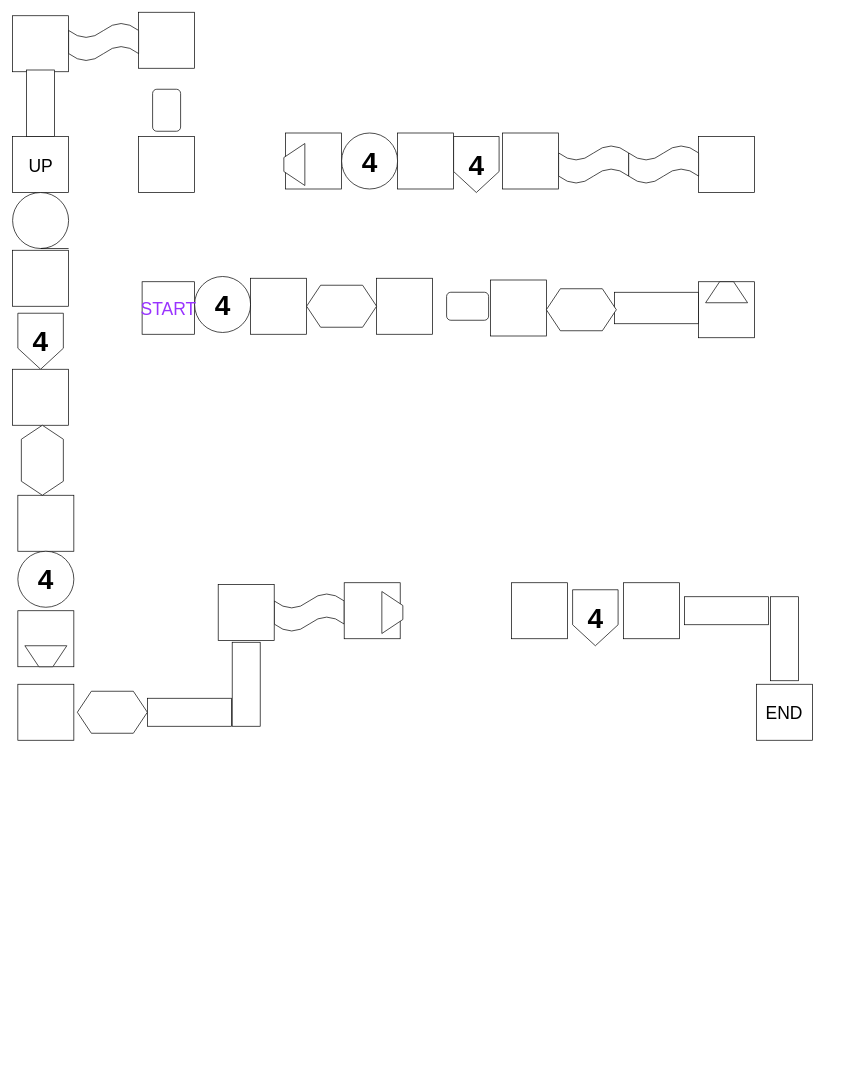
CrystalxBlade/Sky-Ball keeps this draw.io diagram as Level Design/Level_4.drawio. Above is the earlier version. Source tidied: cells renumbered, new cells numbered last; positions are measured from the earlier drawing's top-left corner, leaving out a move shared by most shapes. Both pictures are drawn from the tidied source at 70%, with x=0, y=0 at pixel (7, 12).
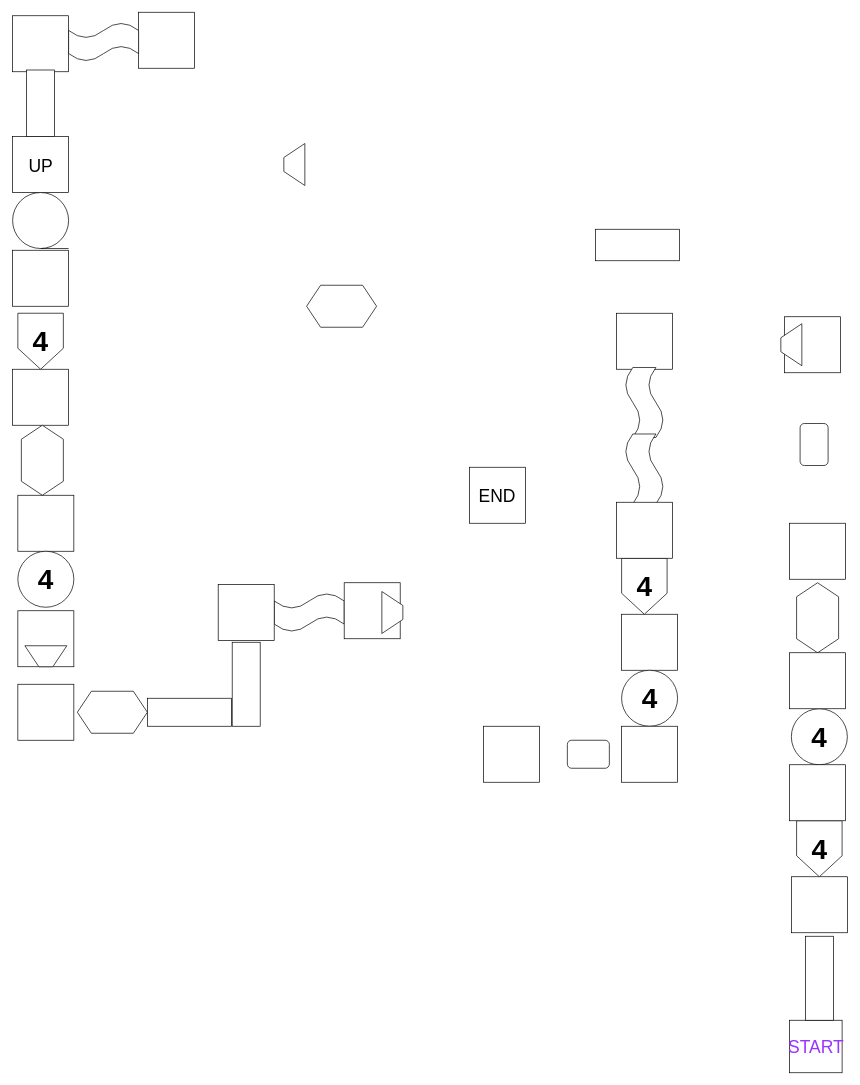
The same diagram, later.

Change to the diagram source:
```diff
@@
     <mxCell id="2" style="rounded=0;whiteSpace=wrap;html=1;fillColor=light-dark(#FFFFFF,#CCCCCC);rotation=0;" parent="1" vertex="1">
-      <mxGeometry x="867.5" y="400" width="120" height="45" as="geometry" />
+      <mxGeometry x="840" y="310" width="120" height="45" as="geometry" />
     </mxCell>
     <mxCell id="3" style="whiteSpace=wrap;html=1;fillColor=light-dark(#FFFFFF,#FFCC99);" parent="1" vertex="1">
-      <mxGeometry x="557.5" y="172.5" width="80" height="80" as="geometry" />
+      <mxGeometry x="877.5" y="860" width="80" height="80" as="geometry" />
     </mxCell>
     <mxCell id="4" style="whiteSpace=wrap;html=1;fillColor=light-dark(#FFFFFF,#FFCC99);" parent="1" vertex="1">
-      <mxGeometry x="987.5" y="177.5" width="80" height="80" as="geometry" />
+      <mxGeometry x="870" y="430" width="80" height="80" as="geometry" />
     </mxCell>
     <mxCell id="5" value="&lt;h1&gt;4&lt;/h1&gt;" style="shape=offPageConnector;whiteSpace=wrap;html=1;fillColor=light-dark(#FFFFFF,#4D4D4D);fontSize=20;" parent="1" vertex="1">
-      <mxGeometry x="637.5" y="177.5" width="65" height="80" as="geometry" />
+      <mxGeometry x="877.5" y="780" width="65" height="80" as="geometry" />
     </mxCell>
     <mxCell id="6" style="whiteSpace=wrap;html=1;fillColor=light-dark(#FFFFFF,#FFCC99);" parent="1" vertex="1">
-      <mxGeometry x="527.5" y="380" width="80" height="80" as="geometry" />
+      <mxGeometry x="1110" y="435" width="80" height="80" as="geometry" />
     </mxCell>
     <mxCell id="7" value="4" style="ellipse;whiteSpace=wrap;html=1;fillColor=light-dark(#FFFFFF,#CCCCFF);fontSize=40;fontStyle=1;fontColor=light-dark(#000000,#B266FF);labelBorderColor=none;" parent="1" vertex="1">
-      <mxGeometry x="267.5" y="377.5" width="80" height="80" as="geometry" />
+      <mxGeometry x="1120" y="995" width="80" height="80" as="geometry" />
     </mxCell>
     <mxCell id="8" value="&lt;span style=&quot;color: rgb(153, 51, 255); font-size: 25px;&quot;&gt;START&lt;/span&gt;" style="whiteSpace=wrap;html=1;fillColor=light-dark(#FFFFFF,#FFCC99);" parent="1" vertex="1">
-      <mxGeometry x="192.5" y="385" width="75" height="75" as="geometry" />
+      <mxGeometry x="1117.5" y="1440" width="75" height="75" as="geometry" />
     </mxCell>
     <mxCell id="9" style="whiteSpace=wrap;html=1;fillColor=light-dark(#FFFFFF,#FFCC99);" parent="1" vertex="1">
-      <mxGeometry x="187.5" y="177.5" width="80" height="80" as="geometry" />
+      <mxGeometry x="680" y="1020" width="80" height="80" as="geometry" />
     </mxCell>
-    <mxCell id="10" style="shape=tape;whiteSpace=wrap;html=1;rotation=0;fillColor=light-dark(#FFFFFF,#FF9933);" parent="1" vertex="1">
-      <mxGeometry x="887.5" y="190" width="100" height="55" as="geometry" />
+    <mxCell id="10" style="shape=tape;whiteSpace=wrap;html=1;rotation=-90;fillColor=light-dark(#FFFFFF,#FF9933);" parent="1" vertex="1">
+      <mxGeometry x="860" y="530" width="100" height="55" as="geometry" />
     </mxCell>
@@
-    <mxCell id="12" style="rounded=1;whiteSpace=wrap;html=1;fillColor=light-dark(#FFFFFF,#FF99CC);rotation=-180;" parent="1" vertex="1">
-      <mxGeometry x="207.5" y="110" width="40" height="60" as="geometry" />
+    <mxCell id="12" style="rounded=1;whiteSpace=wrap;html=1;fillColor=light-dark(#FFFFFF,#FF99CC);rotation=90;" parent="1" vertex="1">
+      <mxGeometry x="810" y="1030" width="40" height="60" as="geometry" />
     </mxCell>
@@
     <mxCell id="20" value="&lt;h1&gt;4&lt;/h1&gt;" style="shape=offPageConnector;whiteSpace=wrap;html=1;fillColor=light-dark(#FFFFFF,#4D4D4D);fontSize=20;" parent="1" vertex="1">
-      <mxGeometry x="807.5" y="825" width="65" height="80" as="geometry" />
+      <mxGeometry x="1127.5" y="1155" width="65" height="80" as="geometry" />
     </mxCell>
@@
     <mxCell id="22" value="&lt;font style=&quot;font-size: 25px; color: light-dark(rgb(0, 0, 0), rgb(153, 51, 255));&quot;&gt;END&lt;/font&gt;" style="rounded=0;whiteSpace=wrap;html=1;fillColor=light-dark(#FFFFFF,#FFCC99);" parent="1" vertex="1">
-      <mxGeometry x="1070" y="960" width="80" height="80" as="geometry" />
+      <mxGeometry x="660" y="650" width="80" height="80" as="geometry" />
     </mxCell>
@@
-    <mxCell id="28" style="whiteSpace=wrap;html=1;fillColor=light-dark(#FFFFFF,#FFCC99);" parent="1" vertex="1">
-      <mxGeometry x="690" y="382.5" width="80" height="80" as="geometry" />
-    </mxCell>
-    <mxCell id="29" style="rounded=1;whiteSpace=wrap;html=1;fillColor=light-dark(#FFFFFF,#FF99CC);rotation=90;" parent="1" vertex="1">
-      <mxGeometry x="637.5" y="390" width="40" height="60" as="geometry" />
+    <mxCell id="29" style="rounded=1;whiteSpace=wrap;html=1;fillColor=light-dark(#FFFFFF,#FF99CC);rotation=-180;" parent="1" vertex="1">
+      <mxGeometry x="1132.5" y="587.5" width="40" height="60" as="geometry" />
     </mxCell>
     <mxCell id="30" style="whiteSpace=wrap;html=1;fillColor=light-dark(#FFFFFF,#FFCC99);" parent="1" vertex="1">
-      <mxGeometry x="987.5" y="385" width="80" height="80" as="geometry" />
+      <mxGeometry x="1117.5" y="1075" width="80" height="80" as="geometry" />
     </mxCell>
     <mxCell id="31" value="4" style="ellipse;whiteSpace=wrap;html=1;fillColor=light-dark(#FFFFFF,#CCCCFF);fontSize=40;fontStyle=1;fontColor=light-dark(#000000,#B266FF);labelBorderColor=none;" parent="1" vertex="1">
-      <mxGeometry x="477.5" y="172.5" width="80" height="80" as="geometry" />
+      <mxGeometry x="877.5" y="940" width="80" height="80" as="geometry" />
     </mxCell>
@@
-    <mxCell id="33" style="shape=hexagon;perimeter=hexagonPerimeter2;whiteSpace=wrap;html=1;fixedSize=1;fillColor=light-dark(#FFFFFF,#66FFB3);" parent="1" vertex="1">
-      <mxGeometry x="770" y="395" width="100" height="60" as="geometry" />
+    <mxCell id="33" style="shape=hexagon;perimeter=hexagonPerimeter2;whiteSpace=wrap;html=1;fixedSize=1;fillColor=light-dark(#FFFFFF,#66FFB3);rotation=90;" parent="1" vertex="1">
+      <mxGeometry x="1107.5" y="835" width="100" height="60" as="geometry" />
     </mxCell>
-    <mxCell id="34" style="shape=trapezoid;perimeter=trapezoidPerimeter;whiteSpace=wrap;html=1;fixedSize=1;fillColor=light-dark(#FFFFFF,#66B2FF);" parent="1" vertex="1">
-      <mxGeometry x="997.5" y="385" width="60" height="30" as="geometry" />
+    <mxCell id="34" style="shape=trapezoid;perimeter=trapezoidPerimeter;whiteSpace=wrap;html=1;fixedSize=1;fillColor=light-dark(#FFFFFF,#66B2FF);rotation=-90;" parent="1" vertex="1">
+      <mxGeometry x="1090" y="460" width="60" height="30" as="geometry" />
     </mxCell>
-    <mxCell id="35" style="shape=tape;whiteSpace=wrap;html=1;rotation=0;fillColor=light-dark(#FFFFFF,#FF9933);" parent="1" vertex="1">
-      <mxGeometry x="787.5" y="190" width="100" height="55" as="geometry" />
+    <mxCell id="35" style="shape=tape;whiteSpace=wrap;html=1;rotation=-90;fillColor=light-dark(#FFFFFF,#FF9933);" parent="1" vertex="1">
+      <mxGeometry x="860" y="625" width="100" height="55" as="geometry" />
     </mxCell>
     <mxCell id="36" style="whiteSpace=wrap;html=1;fillColor=light-dark(#FFFFFF,#FFCC99);" parent="1" vertex="1">
-      <mxGeometry x="707.5" y="172.5" width="80" height="80" as="geometry" />
+      <mxGeometry x="870" y="700" width="80" height="80" as="geometry" />
     </mxCell>
     <mxCell id="37" style="whiteSpace=wrap;html=1;fillColor=light-dark(#FFFFFF,#FFCC99);" parent="1" vertex="1">
-      <mxGeometry x="397.5" y="172.5" width="80" height="80" as="geometry" />
+      <mxGeometry x="877.5" y="1020" width="80" height="80" as="geometry" />
     </mxCell>
     <mxCell id="38" style="whiteSpace=wrap;html=1;fillColor=light-dark(#FFFFFF,#FFCC99);" parent="1" vertex="1">
-      <mxGeometry x="347.5" y="380" width="80" height="80" as="geometry" />
+      <mxGeometry x="1117.5" y="915" width="80" height="80" as="geometry" />
     </mxCell>
@@
     <mxCell id="48" value="&lt;span style=&quot;white-space: pre;&quot;&gt;&#9;&lt;/span&gt;" style="whiteSpace=wrap;html=1;fillColor=light-dark(#FFFFFF,#FFCC99);fontSize=25;fontColor=light-dark(#000000,#6666FF);" parent="1" vertex="1">
-      <mxGeometry x="720" y="815" width="80" height="80" as="geometry" />
+      <mxGeometry x="1117.5" y="730" width="80" height="80" as="geometry" />
     </mxCell>
     <mxCell id="49" value="&lt;span style=&quot;white-space: pre;&quot;&gt;&#9;&lt;/span&gt;" style="whiteSpace=wrap;html=1;fillColor=light-dark(#FFFFFF,#FFCC99);fontSize=25;fontColor=light-dark(#000000,#6666FF);" parent="1" vertex="1">
-      <mxGeometry x="880" y="815" width="80" height="80" as="geometry" />
+      <mxGeometry x="1120" y="1235" width="80" height="80" as="geometry" />
     </mxCell>
-    <mxCell id="50" style="rounded=0;whiteSpace=wrap;html=1;fillColor=light-dark(#FFFFFF,#CCCCCC);rotation=-180;" parent="1" vertex="1">
-      <mxGeometry x="967.5" y="835" width="120" height="40" as="geometry" />
-    </mxCell>
     <mxCell id="51" style="rounded=0;whiteSpace=wrap;html=1;fillColor=light-dark(#FFFFFF,#CCCCCC);rotation=90;" parent="1" vertex="1">
-      <mxGeometry x="1050" y="875" width="120" height="40" as="geometry" />
+      <mxGeometry x="1100" y="1360" width="120" height="40" as="geometry" />
     </mxCell>
```
